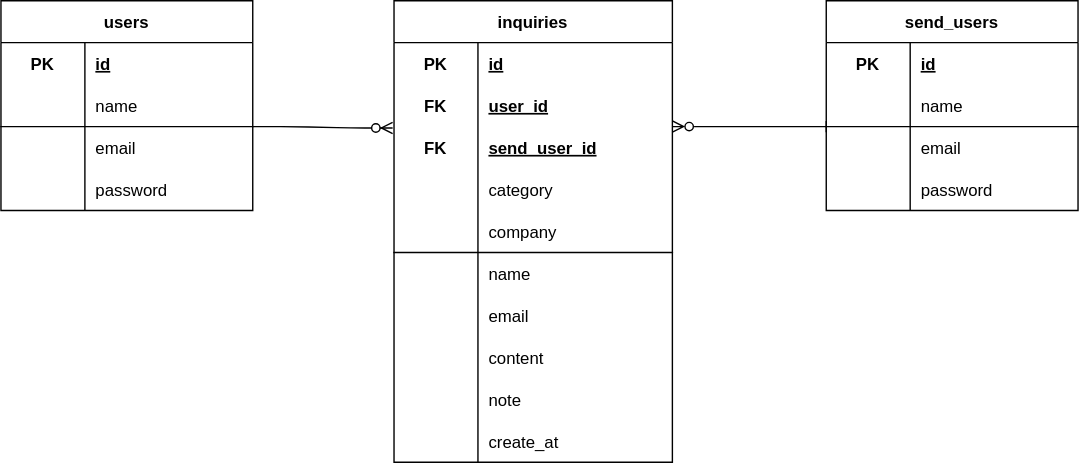
The draw.io diagram ER.drawio.svg in uchida1010/mail-sending-system, before a commit. Source tidied: cells renumbered, new cells last; positions are measured from the earlier drawing's top-left corner, leaving out a move shared by most shapes.
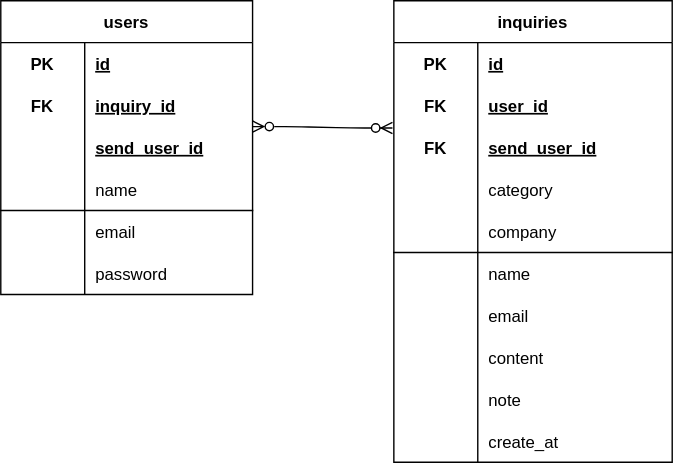
Later version of the same file.

Commit message:
update ER図とmigrationの変更

Change to the diagram source:
```diff
@@ -3,7 +3,7 @@
     <mxCell id="0" />
     <mxCell id="1" parent="0" />
     <mxCell id="2" value="users" style="shape=table;startSize=30;rowLines=0;fontStyle=1;align=center;" parent="1" vertex="1">
-      <mxGeometry width="180" height="150" as="geometry" />
+      <mxGeometry width="180" height="210" as="geometry" />
     </mxCell>
     <mxCell id="3" style="shape=tableRow;horizontal=0;startSize=0;swimlaneHead=0;swimlaneBody=0;fillColor=none;top=0;left=0;right=0;bottom=0;" parent="2" vertex="1">
       <mxGeometry y="30" width="180" height="30" as="geometry" />
@@ -14,8 +14,26 @@
     <mxCell id="5" value="id" style="shape=partialRectangle;fillColor=none;top=0;left=0;bottom=0;right=0;align=left;spacingLeft=6;fontStyle=5;overflow=hidden;" parent="3" vertex="1">
       <mxGeometry x="60" width="120" height="30" as="geometry" />
     </mxCell>
+    <mxCell id="61" style="shape=tableRow;horizontal=0;startSize=0;swimlaneHead=0;swimlaneBody=0;fillColor=none;top=0;left=0;right=0;bottom=0;" parent="2" vertex="1">
+      <mxGeometry y="60" width="180" height="30" as="geometry" />
+    </mxCell>
+    <mxCell id="62" value="FK" style="shape=partialRectangle;fillColor=none;top=0;left=0;bottom=0;right=0;fontStyle=1;overflow=hidden;" parent="61" vertex="1">
+      <mxGeometry width="60" height="30" as="geometry" />
+    </mxCell>
+    <mxCell id="63" value="inquiry_id" style="shape=partialRectangle;fillColor=none;top=0;left=0;bottom=0;right=0;align=left;spacingLeft=6;fontStyle=5;overflow=hidden;" parent="61" vertex="1">
+      <mxGeometry x="60" width="120" height="30" as="geometry" />
+    </mxCell>
+    <mxCell id="54" style="shape=tableRow;horizontal=0;startSize=0;swimlaneHead=0;swimlaneBody=0;fillColor=none;top=0;left=0;right=0;bottom=0;" parent="2" vertex="1">
+      <mxGeometry y="90" width="180" height="30" as="geometry" />
+    </mxCell>
+    <mxCell id="64" style="shape=partialRectangle;fillColor=none;top=0;left=0;bottom=0;right=0;fontStyle=1;overflow=hidden;" parent="54" vertex="1">
+      <mxGeometry width="60" height="30" as="geometry" />
+    </mxCell>
+    <mxCell id="65" value="send_user_id" style="shape=partialRectangle;fillColor=none;top=0;left=0;bottom=0;right=0;align=left;spacingLeft=6;fontStyle=5;overflow=hidden;" parent="54" vertex="1">
+      <mxGeometry x="60" width="120" height="30" as="geometry" />
+    </mxCell>
     <mxCell id="6" style="shape=tableRow;horizontal=0;startSize=0;swimlaneHead=0;swimlaneBody=0;fillColor=none;top=0;left=0;right=0;bottom=1;" parent="2" vertex="1">
-      <mxGeometry y="60" width="180" height="30" as="geometry" />
+      <mxGeometry y="120" width="180" height="30" as="geometry" />
     </mxCell>
     <mxCell id="7" style="shape=partialRectangle;fillColor=none;top=0;left=0;bottom=0;right=0;fontStyle=1;overflow=hidden;fontColor=default;" parent="6" vertex="1">
       <mxGeometry width="60" height="30" as="geometry" />
@@ -24,7 +42,7 @@
       <mxGeometry x="60" width="120" height="30" as="geometry" />
     </mxCell>
     <mxCell id="9" style="shape=tableRow;horizontal=0;startSize=0;swimlaneHead=0;swimlaneBody=0;fillColor=none;top=0;left=0;right=0;bottom=0;" parent="2" vertex="1">
-      <mxGeometry y="90" width="180" height="30" as="geometry" />
+      <mxGeometry y="150" width="180" height="30" as="geometry" />
     </mxCell>
     <mxCell id="10" style="shape=partialRectangle;fillColor=none;top=0;left=0;bottom=0;right=0;overflow=hidden;" parent="9" vertex="1">
       <mxGeometry width="60" height="30" as="geometry" />
@@ -33,7 +51,7 @@
       <mxGeometry x="60" width="120" height="30" as="geometry" />
     </mxCell>
     <mxCell id="12" style="shape=tableRow;horizontal=0;startSize=0;swimlaneHead=0;swimlaneBody=0;fillColor=none;top=0;left=0;right=0;bottom=0;" parent="2" vertex="1">
-      <mxGeometry y="120" width="180" height="30" as="geometry" />
+      <mxGeometry y="180" width="180" height="30" as="geometry" />
     </mxCell>
     <mxCell id="13" style="shape=partialRectangle;fillColor=none;top=0;left=0;bottom=0;right=0;overflow=hidden;" parent="12" vertex="1">
       <mxGeometry width="60" height="30" as="geometry" />
@@ -41,7 +59,7 @@
     <mxCell id="14" value="password" style="shape=partialRectangle;fillColor=none;top=0;left=0;bottom=0;right=0;align=left;spacingLeft=6;overflow=hidden;" parent="12" vertex="1">
       <mxGeometry x="60" width="120" height="30" as="geometry" />
     </mxCell>
-    <mxCell id="15" style="edgeStyle=entityRelationEdgeStyle;fontSize=12;html=1;endArrow=ERzeroToMany;endFill=1;fontColor=default;" parent="1" edge="1">
+    <mxCell id="15" style="edgeStyle=entityRelationEdgeStyle;fontSize=12;html=1;endArrow=ERzeroToMany;endFill=1;fontColor=default;startArrow=ERzeroToMany;startFill=0;" parent="1" edge="1">
       <mxGeometry relative="1" as="geometry">
         <mxPoint x="180" y="90" as="sourcePoint" />
         <mxPoint x="280" y="91" as="targetPoint" />
@@ -140,50 +158,5 @@
     <mxCell id="46" value="create_at" style="shape=partialRectangle;fillColor=none;top=0;left=0;bottom=0;right=0;align=left;spacingLeft=6;overflow=hidden;" parent="44" vertex="1">
       <mxGeometry x="60" width="139" height="30" as="geometry" />
     </mxCell>
-    <mxCell id="47" value="send_users" style="shape=table;startSize=30;rowLines=0;fontStyle=1;align=center;" parent="1" vertex="1">
-      <mxGeometry x="590" width="180" height="150" as="geometry" />
-    </mxCell>
-    <mxCell id="48" style="shape=tableRow;horizontal=0;startSize=0;swimlaneHead=0;swimlaneBody=0;fillColor=none;top=0;left=0;right=0;bottom=0;" parent="47" vertex="1">
-      <mxGeometry y="30" width="180" height="30" as="geometry" />
-    </mxCell>
-    <mxCell id="49" value="PK" style="shape=partialRectangle;fillColor=none;top=0;left=0;bottom=0;right=0;fontStyle=1;overflow=hidden;" parent="48" vertex="1">
-      <mxGeometry width="60" height="30" as="geometry" />
-    </mxCell>
-    <mxCell id="50" value="id" style="shape=partialRectangle;fillColor=none;top=0;left=0;bottom=0;right=0;align=left;spacingLeft=6;fontStyle=5;overflow=hidden;" parent="48" vertex="1">
-      <mxGeometry x="60" width="120" height="30" as="geometry" />
-    </mxCell>
-    <mxCell id="51" style="shape=tableRow;horizontal=0;startSize=0;swimlaneHead=0;swimlaneBody=0;fillColor=none;top=0;left=0;right=0;bottom=1;" parent="47" vertex="1">
-      <mxGeometry y="60" width="180" height="30" as="geometry" />
-    </mxCell>
-    <mxCell id="52" style="shape=partialRectangle;fillColor=none;top=0;left=0;bottom=0;right=0;fontStyle=1;overflow=hidden;fontColor=default;" parent="51" vertex="1">
-      <mxGeometry width="60" height="30" as="geometry" />
-    </mxCell>
-    <mxCell id="53" value="name" style="shape=partialRectangle;fillColor=none;top=0;left=0;bottom=0;right=0;align=left;spacingLeft=6;fontStyle=0;overflow=hidden;strokeColor=default;" parent="51" vertex="1">
-      <mxGeometry x="60" width="120" height="30" as="geometry" />
-    </mxCell>
-    <mxCell id="54" style="shape=tableRow;horizontal=0;startSize=0;swimlaneHead=0;swimlaneBody=0;fillColor=none;top=0;left=0;right=0;bottom=0;" parent="47" vertex="1">
-      <mxGeometry y="90" width="180" height="30" as="geometry" />
-    </mxCell>
-    <mxCell id="55" style="shape=partialRectangle;fillColor=none;top=0;left=0;bottom=0;right=0;overflow=hidden;" parent="54" vertex="1">
-      <mxGeometry width="60" height="30" as="geometry" />
-    </mxCell>
-    <mxCell id="56" value="email" style="shape=partialRectangle;fillColor=none;top=0;left=0;bottom=0;right=0;align=left;spacingLeft=6;overflow=hidden;" parent="54" vertex="1">
-      <mxGeometry x="60" width="120" height="30" as="geometry" />
-    </mxCell>
-    <mxCell id="57" style="shape=tableRow;horizontal=0;startSize=0;swimlaneHead=0;swimlaneBody=0;fillColor=none;top=0;left=0;right=0;bottom=0;" parent="47" vertex="1">
-      <mxGeometry y="120" width="180" height="30" as="geometry" />
-    </mxCell>
-    <mxCell id="58" style="shape=partialRectangle;fillColor=none;top=0;left=0;bottom=0;right=0;overflow=hidden;" parent="57" vertex="1">
-      <mxGeometry width="60" height="30" as="geometry" />
-    </mxCell>
-    <mxCell id="59" value="password" style="shape=partialRectangle;fillColor=none;top=0;left=0;bottom=0;right=0;align=left;spacingLeft=6;overflow=hidden;" parent="57" vertex="1">
-      <mxGeometry x="60" width="120" height="30" as="geometry" />
-    </mxCell>
-    <mxCell id="60" style="edgeStyle=entityRelationEdgeStyle;fontSize=12;html=1;endArrow=baseDash;endFill=0;fontColor=default;startArrow=ERzeroToMany;startFill=0;" parent="1" edge="1">
-      <mxGeometry relative="1" as="geometry">
-        <mxPoint x="480" y="90" as="sourcePoint" />
-        <mxPoint x="590" y="90" as="targetPoint" />
-      </mxGeometry>
-    </mxCell>
   </root>
 </mxGraphModel>
```
